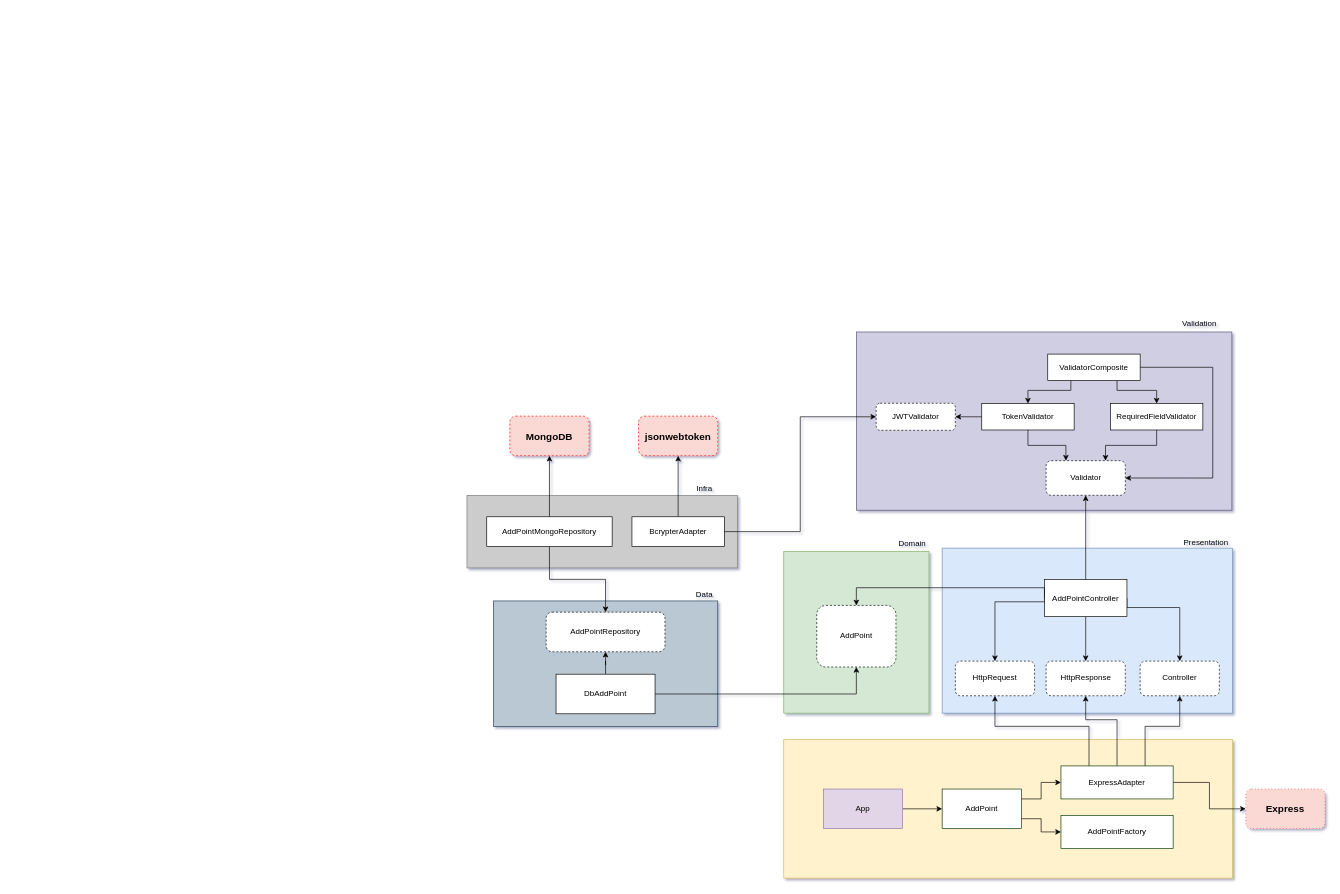
eric218110/drawio keeps this draw.io diagram as Untitled Diagram.drawio. Above is the earlier version. Source tidied: cells renumbered, new cells numbered last; positions are measured from the earlier drawing's top-left corner, leaving out a move shared by most shapes. Both pictures are drawn from the tidied source at 66%, with x=0, y=0 at pixel (467, 317).
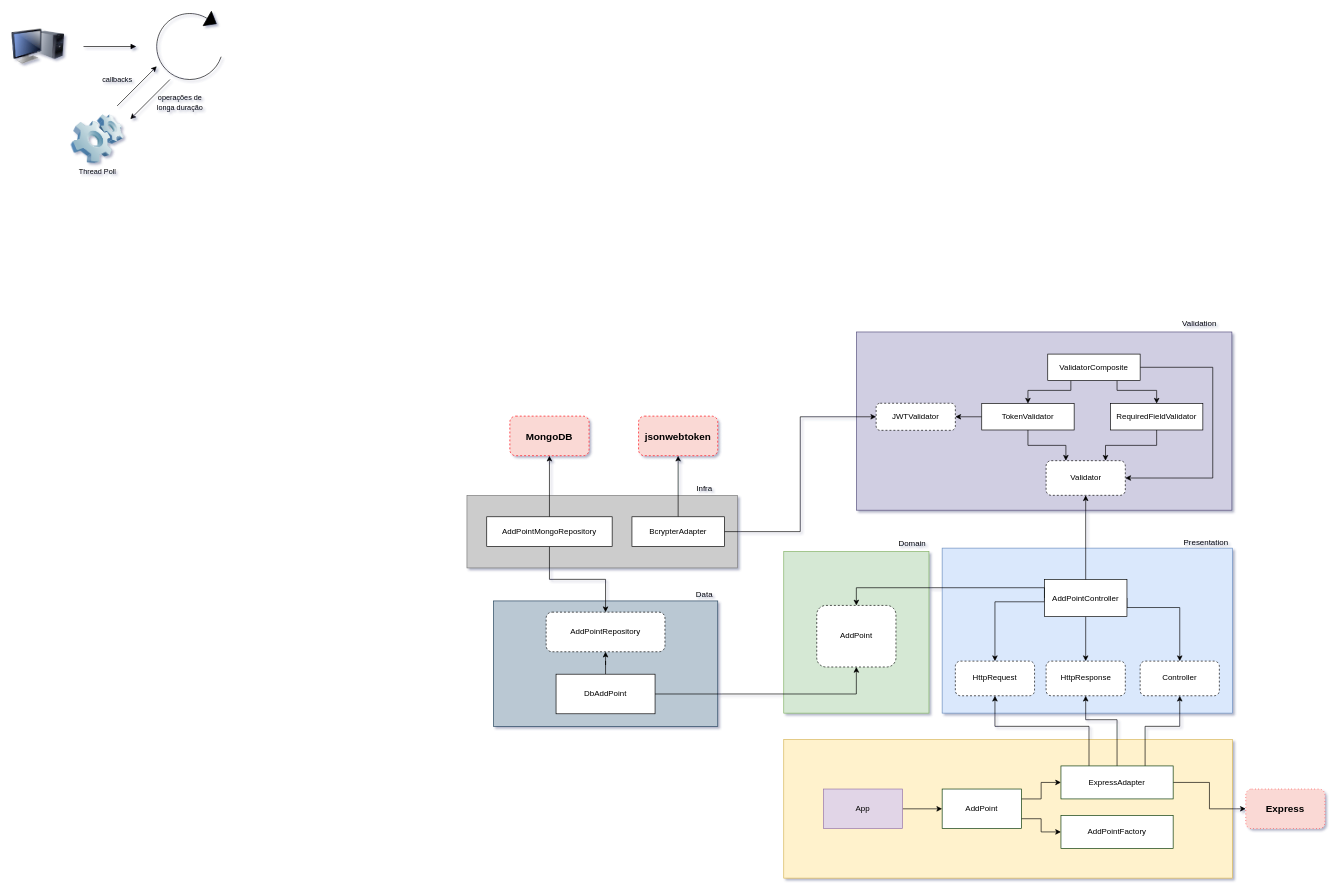
Above is the later version.

Diff of the diagram source:
```diff
@@
+    <mxCell id="60" style="image;html=1;image=img/lib/clip_art/computers/Monitor_Tower_128x128.png;" parent="1" vertex="1">
+      <mxGeometry x="-690" y="-450" width="80" height="80" as="geometry" />
+    </mxCell>
+    <mxCell id="61" style="html=1;verticalAlign=bottom;endArrow=block;" parent="1" edge="1">
+      <mxGeometry y="20" relative="1" as="geometry">
+        <mxPoint x="-581" y="-410" as="sourcePoint" />
+        <mxPoint x="-501" y="-410" as="targetPoint" />
+      </mxGeometry>
+    </mxCell>
+    <mxCell id="62" style="verticalLabelPosition=bottom;verticalAlign=top;html=1;shape=mxgraph.basic.arc;startAngle=0.3;endAngle=0.1;" parent="1" vertex="1">
+      <mxGeometry x="-470" y="-460" width="100" height="100" as="geometry" />
+    </mxCell>
+    <mxCell id="63" style="triangle;whiteSpace=wrap;html=1;rotation=30;fillColor=#000000;" parent="1" vertex="1">
+      <mxGeometry x="-394.5" y="-461" width="15.8" height="25" as="geometry" />
+    </mxCell>
+    <mxCell id="64" style="image;html=1;image=img/lib/clip_art/computers/Software_128x128.png;fillColor=#FFFFFF;" parent="1" vertex="1">
+      <mxGeometry x="-600" y="-310" width="80" height="80" as="geometry" />
+    </mxCell>
+    <mxCell id="65" style="endArrow=classic;html=1;" parent="1" edge="1">
+      <mxGeometry relative="1" as="geometry">
+        <mxPoint x="-530" y="-320" as="sourcePoint" />
+        <mxPoint x="-470" y="-380" as="targetPoint" />
+      </mxGeometry>
+    </mxCell>
+    <mxCell id="66" style="endArrow=classic;html=1;" parent="1" edge="1">
+      <mxGeometry relative="1" as="geometry">
+        <mxPoint x="-450" y="-360" as="sourcePoint" />
+        <mxPoint x="-510" y="-300" as="targetPoint" />
+      </mxGeometry>
+    </mxCell>
+    <mxCell id="67" value="&lt;font style=&quot;font-size: 11px&quot;&gt;operações de&lt;br&gt;longa duração&lt;/font&gt;" style="text;html=1;align=center;verticalAlign=middle;" parent="1" vertex="1">
+      <mxGeometry x="-480" y="-340" width="90" height="30" as="geometry" />
+    </mxCell>
+    <mxCell id="68" value="&lt;span style=&quot;font-size: 11px&quot;&gt;callbacks&lt;/span&gt;" style="text;html=1;align=center;verticalAlign=middle;" parent="1" vertex="1">
+      <mxGeometry x="-560" y="-370" width="60" height="20" as="geometry" />
+    </mxCell>
+    <mxCell id="69" value="&lt;span style=&quot;font-size: 11px&quot;&gt;Thread Poll&lt;/span&gt;" style="text;html=1;align=center;verticalAlign=middle;" parent="1" vertex="1">
+      <mxGeometry x="-595" y="-230" width="70" height="20" as="geometry" />
+    </mxCell>
```
